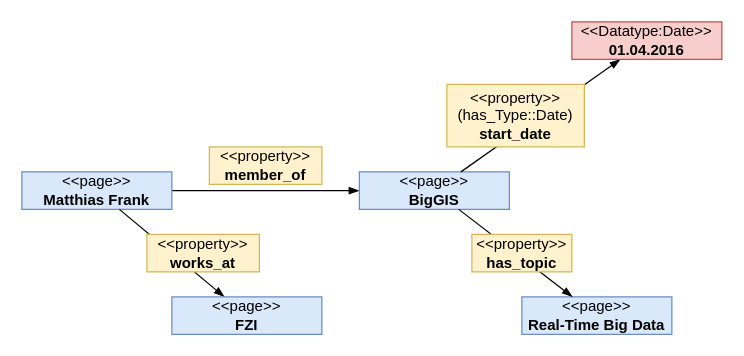
Above: smw/skript/drawings/data_model.drawio in StefanZander/lecture_notes (draw.io), before the change. Source tidied: cells renumbered, new cells numbered last; positions are measured from the earlier drawing's top-left corner, leaving out a move shared by most shapes. Both pictures are drawn from the tidied source at 125%, with x=0, y=0 at pixel (21, 21).
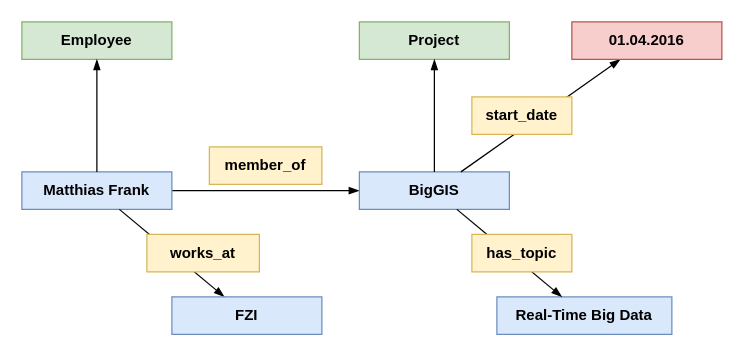
The same diagram, later.

Diff of the diagram source:
```diff
@@
 <mxGraphModel>
   <root>
     <mxCell id="0" />
     <mxCell id="1" parent="0" />
     <mxCell id="2" style="edgeStyle=none;rounded=0;comic=0;jettySize=auto;html=1;endArrow=blockThin;endFill=1;strokeWidth=1;fontSize=12;fontColor=#0000FF;" parent="1" edge="1" source="3" target="4">
       <mxGeometry relative="1" as="geometry" />
     </mxCell>
-    <mxCell id="3" value="&amp;lt;&amp;lt;page&amp;gt;&amp;gt;&lt;br&gt;&lt;b&gt;Matthias Frank&lt;/b&gt;" style="rounded=0;whiteSpace=wrap;html=1;shadow=0;glass=0;strokeColor=#6c8ebf;strokeWidth=1;fontSize=12;align=center;fillColor=#dae8fc;fontStyle=0;" parent="1" vertex="1">
+    <mxCell id="3" value="&lt;b&gt;Matthias Frank&lt;/b&gt;" style="rounded=0;whiteSpace=wrap;html=1;shadow=0;glass=0;strokeColor=#6c8ebf;strokeWidth=1;fontSize=12;align=center;fillColor=#dae8fc;fontStyle=0;" parent="1" vertex="1">
       <mxGeometry y="120" width="120" height="30" as="geometry" />
     </mxCell>
-    <mxCell id="4" value="&amp;lt;&amp;lt;page&amp;gt;&amp;gt;&lt;br&gt;&lt;b&gt;BigGIS&lt;/b&gt;" style="rounded=0;whiteSpace=wrap;html=1;shadow=0;glass=0;strokeColor=#6c8ebf;strokeWidth=1;fontSize=12;align=center;fillColor=#dae8fc;fontStyle=0;" parent="1" vertex="1">
+    <mxCell id="4" value="&lt;b&gt;BigGIS&lt;/b&gt;" style="rounded=0;whiteSpace=wrap;html=1;shadow=0;glass=0;strokeColor=#6c8ebf;strokeWidth=1;fontSize=12;align=center;fillColor=#dae8fc;fontStyle=0;" parent="1" vertex="1">
       <mxGeometry x="270" y="120" width="120" height="30" as="geometry" />
     </mxCell>
-    <mxCell id="5" value="&amp;lt;&amp;lt;property&amp;gt;&amp;gt;&lt;br&gt;&lt;b&gt;member_of&lt;/b&gt;" style="rounded=0;whiteSpace=wrap;html=1;shadow=0;glass=0;strokeColor=#d6b656;strokeWidth=1;fontSize=12;align=center;fillColor=#fff2cc;fontStyle=0;" parent="1" vertex="1">
+    <mxCell id="5" value="&lt;b&gt;member_of&lt;/b&gt;" style="rounded=0;whiteSpace=wrap;html=1;shadow=0;glass=0;strokeColor=#d6b656;strokeWidth=1;fontSize=12;align=center;fillColor=#fff2cc;fontStyle=0;" parent="1" vertex="1">
       <mxGeometry x="150" y="100" width="90" height="30" as="geometry" />
     </mxCell>
     <mxCell id="6" style="edgeStyle=none;rounded=0;comic=0;jettySize=auto;html=1;endArrow=blockThin;endFill=1;strokeWidth=1;fontSize=12;fontColor=#0000FF;" parent="1" edge="1" source="3" target="8">
       <mxGeometry relative="1" as="geometry" />
     </mxCell>
-    <mxCell id="7" value="&amp;lt;&amp;lt;property&amp;gt;&amp;gt;&lt;br&gt;&lt;b&gt;works_at&lt;/b&gt;" style="rounded=0;whiteSpace=wrap;html=1;shadow=0;glass=0;strokeColor=#d6b656;strokeWidth=1;fontSize=12;align=center;fillColor=#fff2cc;fontStyle=0;" parent="1" vertex="1">
+    <mxCell id="7" value="&lt;b&gt;works_at&lt;/b&gt;" style="rounded=0;whiteSpace=wrap;html=1;shadow=0;glass=0;strokeColor=#d6b656;strokeWidth=1;fontSize=12;align=center;fillColor=#fff2cc;fontStyle=0;" parent="1" vertex="1">
       <mxGeometry x="100" y="170" width="90" height="30" as="geometry" />
     </mxCell>
-    <mxCell id="8" value="&amp;lt;&amp;lt;page&amp;gt;&amp;gt;&lt;br&gt;&lt;b&gt;FZI&lt;/b&gt;" style="rounded=0;whiteSpace=wrap;html=1;shadow=0;glass=0;strokeColor=#6c8ebf;strokeWidth=1;fontSize=12;align=center;fillColor=#dae8fc;fontStyle=0;" parent="1" vertex="1">
+    <mxCell id="8" value="&lt;b&gt;FZI&lt;/b&gt;" style="rounded=0;whiteSpace=wrap;html=1;shadow=0;glass=0;strokeColor=#6c8ebf;strokeWidth=1;fontSize=12;align=center;fillColor=#dae8fc;fontStyle=0;" parent="1" vertex="1">
       <mxGeometry x="120" y="220" width="120" height="30" as="geometry" />
     </mxCell>
-    <mxCell id="9" value="&amp;lt;&amp;lt;page&amp;gt;&amp;gt;&lt;br&gt;&lt;b&gt;Real-Time Big Data&lt;/b&gt;" style="rounded=0;whiteSpace=wrap;html=1;shadow=0;glass=0;strokeColor=#6c8ebf;strokeWidth=1;fontSize=12;align=center;fillColor=#dae8fc;fontStyle=0;" parent="1" vertex="1">
-      <mxGeometry x="400" y="220" width="120" height="30" as="geometry" />
+    <mxCell id="9" value="&lt;b&gt;Real-Time Big Data&lt;/b&gt;" style="rounded=0;whiteSpace=wrap;html=1;shadow=0;glass=0;strokeColor=#6c8ebf;strokeWidth=1;fontSize=12;align=center;fillColor=#dae8fc;fontStyle=0;" parent="1" vertex="1">
+      <mxGeometry x="380" y="220" width="140" height="30" as="geometry" />
     </mxCell>
     <mxCell id="10" style="edgeStyle=none;rounded=0;comic=0;jettySize=auto;html=1;endArrow=blockThin;endFill=1;strokeWidth=1;fontSize=12;fontColor=#0000FF;" parent="1" edge="1" source="4" target="12">
       <mxGeometry relative="1" as="geometry" />
     </mxCell>
     <mxCell id="11" style="edgeStyle=none;rounded=0;comic=0;jettySize=auto;html=1;endArrow=blockThin;endFill=1;strokeWidth=1;fontSize=12;fontColor=#0000FF;" parent="1" edge="1" source="4" target="9">
       <mxGeometry relative="1" as="geometry" />
     </mxCell>
-    <mxCell id="12" value="&amp;lt;&amp;lt;Datatype:Date&amp;gt;&amp;gt;&lt;br&gt;&lt;b&gt;01.04.2016&lt;/b&gt;" style="rounded=0;whiteSpace=wrap;html=1;shadow=0;glass=0;strokeColor=#b85450;strokeWidth=1;fontSize=12;align=center;fillColor=#f8cecc;fontStyle=0;" parent="1" vertex="1">
+    <mxCell id="12" value="&lt;b&gt;01.04.2016&lt;/b&gt;" style="rounded=0;whiteSpace=wrap;html=1;shadow=0;glass=0;strokeColor=#b85450;strokeWidth=1;fontSize=12;align=center;fillColor=#f8cecc;fontStyle=0;" parent="1" vertex="1">
       <mxGeometry x="440" width="120" height="30" as="geometry" />
     </mxCell>
-    <mxCell id="13" value="&amp;lt;&amp;lt;property&amp;gt;&amp;gt; (has_Type::Date)&lt;br&gt;&lt;b&gt;start_date&lt;/b&gt;" style="rounded=0;whiteSpace=wrap;html=1;shadow=0;glass=0;strokeColor=#d6b656;strokeWidth=1;fontSize=12;align=center;fillColor=#fff2cc;fontStyle=0;" parent="1" vertex="1">
-      <mxGeometry x="340" y="50" width="110" height="50" as="geometry" />
+    <mxCell id="13" value="&lt;b&gt;start_date&lt;/b&gt;" style="rounded=0;whiteSpace=wrap;html=1;shadow=0;glass=0;strokeColor=#d6b656;strokeWidth=1;fontSize=12;align=center;fillColor=#fff2cc;fontStyle=0;" parent="1" vertex="1">
+      <mxGeometry x="360" y="60" width="80" height="30" as="geometry" />
     </mxCell>
-    <mxCell id="14" value="&amp;lt;&amp;lt;property&amp;gt;&amp;gt;&lt;br&gt;&lt;b&gt;has_topic&lt;/b&gt;" style="rounded=0;whiteSpace=wrap;html=1;shadow=0;glass=0;strokeColor=#d6b656;strokeWidth=1;fontSize=12;align=center;fillColor=#fff2cc;fontStyle=0;" parent="1" vertex="1">
+    <mxCell id="14" value="&lt;b&gt;has_topic&lt;/b&gt;" style="rounded=0;whiteSpace=wrap;html=1;shadow=0;glass=0;strokeColor=#d6b656;strokeWidth=1;fontSize=12;align=center;fillColor=#fff2cc;fontStyle=0;" parent="1" vertex="1">
       <mxGeometry x="360" y="170" width="80" height="30" as="geometry" />
     </mxCell>
+    <mxCell id="15" value="&lt;b&gt;Project&lt;/b&gt;" style="rounded=0;whiteSpace=wrap;html=1;shadow=0;glass=0;strokeColor=#82b366;strokeWidth=1;fontSize=12;align=center;fillColor=#d5e8d4;fontStyle=0;" parent="1" vertex="1">
+      <mxGeometry x="270" width="120" height="30" as="geometry" />
+    </mxCell>
+    <mxCell id="16" style="edgeStyle=none;rounded=0;comic=0;jettySize=auto;html=1;endArrow=blockThin;endFill=1;strokeWidth=1;fontSize=12;fontColor=#0000FF;" parent="1" edge="1" source="4" target="15">
+      <mxGeometry relative="1" as="geometry" />
+    </mxCell>
+    <mxCell id="17" value="&lt;b&gt;Employee&lt;br&gt;&lt;/b&gt;" style="rounded=0;whiteSpace=wrap;html=1;shadow=0;glass=0;strokeColor=#82b366;strokeWidth=1;fontSize=12;align=center;fillColor=#d5e8d4;fontStyle=0;" parent="1" vertex="1">
+      <mxGeometry width="120" height="30" as="geometry" />
+    </mxCell>
+    <mxCell id="18" style="edgeStyle=none;rounded=0;comic=0;jettySize=auto;html=1;endArrow=blockThin;endFill=1;strokeWidth=1;fontSize=12;fontColor=#0000FF;" parent="1" edge="1" source="3" target="17">
+      <mxGeometry relative="1" as="geometry" />
+    </mxCell>
   </root>
 </mxGraphModel>
```
